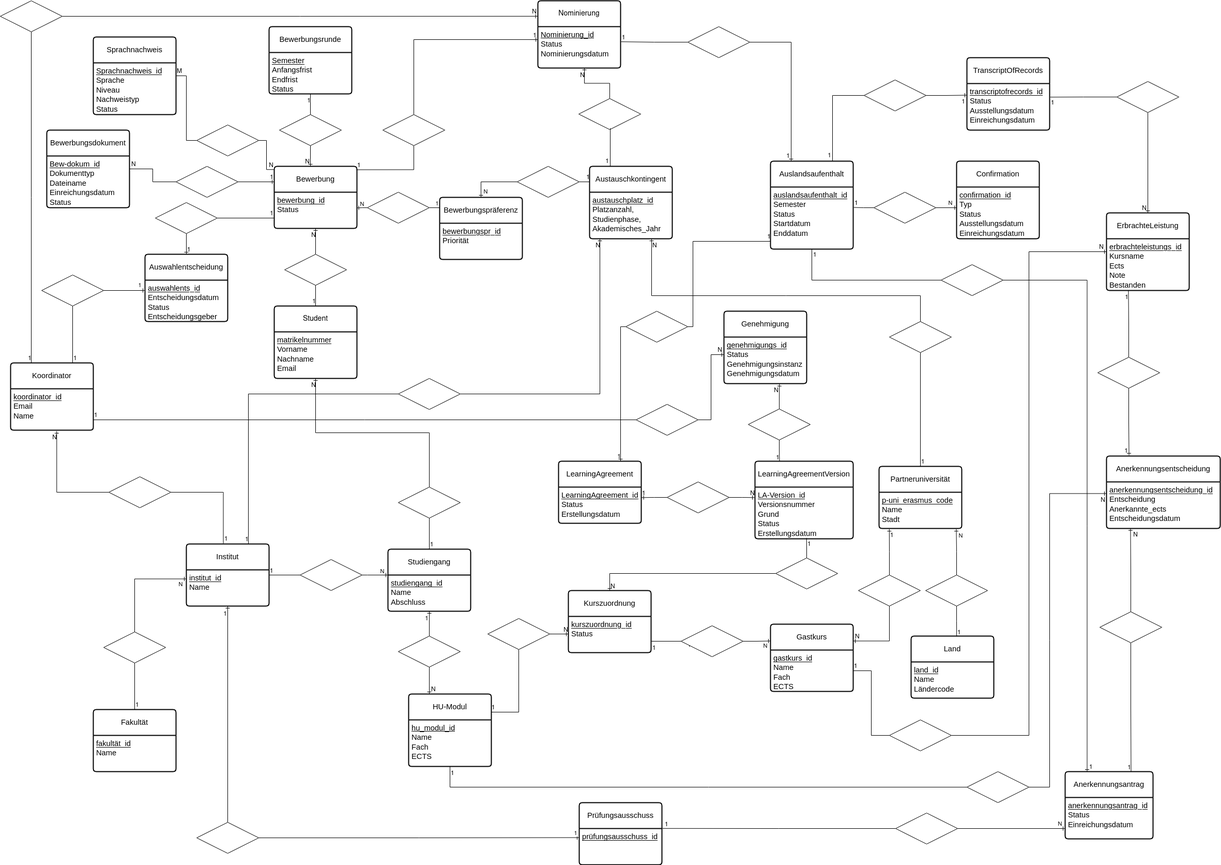
Above: 08_bericht/ER-dia-Erasmus.drawio.png in RayquONLY/dbs-erasmus-projekt (draw.io), before the change. Source tidied: cells renumbered, new cells last; positions are measured from the earlier drawing's top-left corner, leaving out a move shared by most shapes.
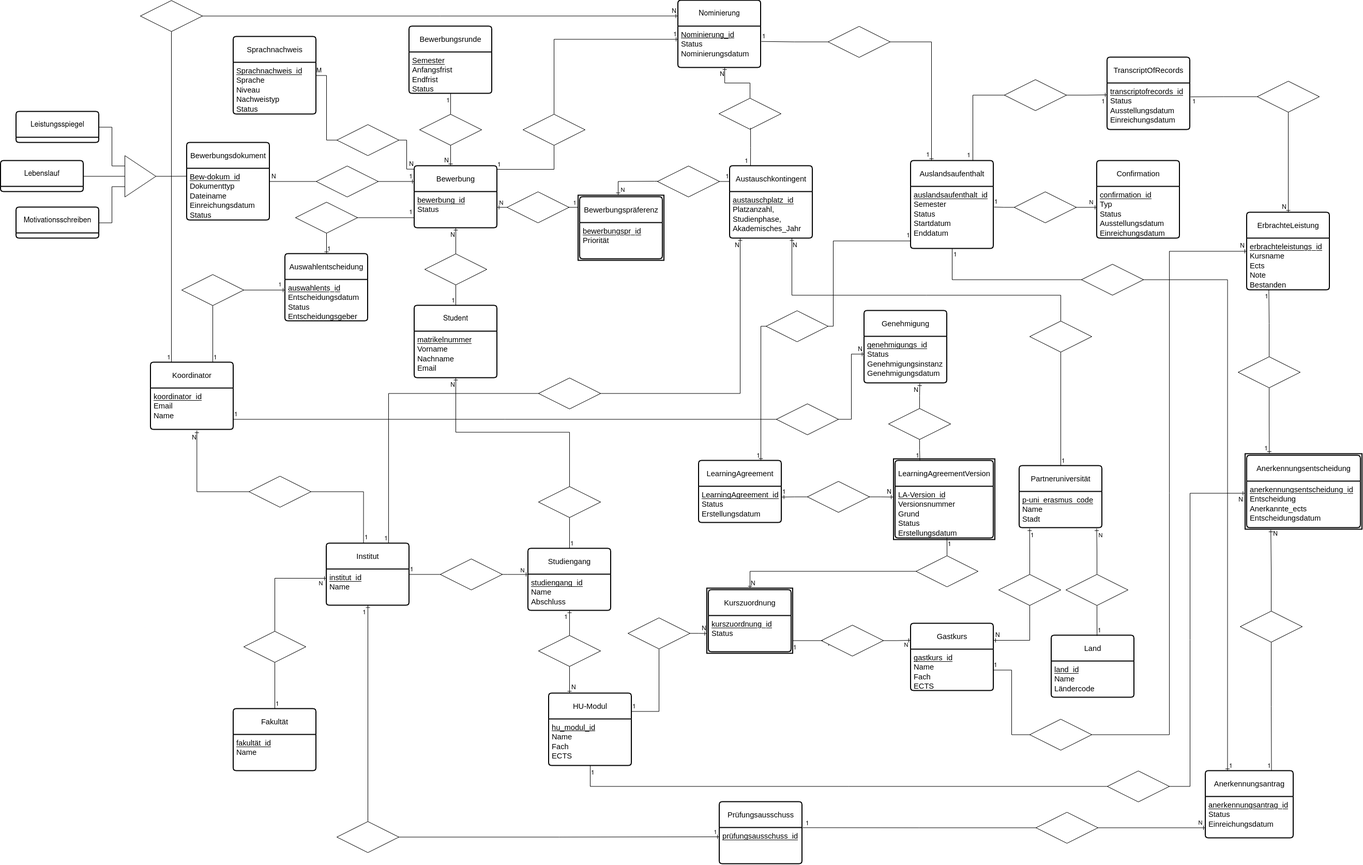
After the commit.

The edit, as a diff of the source:
```diff
@@ -71,3 +71,3 @@
     <mxCell id="24" value="&lt;span style=&quot;font-size:11pt;font-family:Arial,sans-serif;color:#000000;background-color:transparent;font-weight:400;font-style:normal;font-variant:normal;text-decoration:none;vertical-align:baseline;white-space:pre;white-space:pre-wrap;&quot; id=&quot;docs-internal-guid-ed288e3c-7fff-0116-0b13-1cec5f743aa8&quot;&gt;Bewerbungsdokument&lt;/span&gt;" style="swimlane;horizontal=1;startSize=50;rounded=1;fontSize=14;fontStyle=0;strokeWidth=2;shadow=0;dashed=0;align=center;arcSize=4;whiteSpace=wrap;html=1;" parent="1" vertex="1">
-      <mxGeometry x="90" y="250" width="160" height="150" as="geometry" />
+      <mxGeometry x="90" y="275" width="160" height="150" as="geometry" />
     </mxCell>
@@ -124,3 +124,3 @@
     </mxCell>
-    <mxCell id="42" value="&lt;span style=&quot;font-size:11pt;font-family:Arial,sans-serif;color:#000000;background-color:transparent;font-weight:400;font-style:normal;font-variant:normal;text-decoration:none;vertical-align:baseline;white-space:pre;white-space:pre-wrap;&quot; id=&quot;docs-internal-guid-6162f776-7fff-c6f1-c77d-2a23868cf109&quot;&gt;LearningAgreementVersion&lt;/span&gt;" style="swimlane;horizontal=1;startSize=50;rounded=1;fontSize=14;fontStyle=0;strokeWidth=2;shadow=0;dashed=0;align=center;arcSize=4;whiteSpace=wrap;html=1;" parent="1" vertex="1">
+    <mxCell id="42" value="&lt;span style=&quot;font-size:11pt;font-family:Arial,sans-serif;color:#000000;background-color:transparent;font-weight:400;font-style:normal;font-variant:normal;text-decoration:none;vertical-align:baseline;white-space:pre;white-space:pre-wrap;&quot; id=&quot;docs-internal-guid-6162f776-7fff-c6f1-c77d-2a23868cf109&quot;&gt;LearningAgreementVersion&lt;/span&gt;" style="swimlane;horizontal=1;startSize=50;rounded=1;fontSize=14;fontStyle=0;strokeWidth=2;shadow=0;align=center;arcSize=4;whiteSpace=wrap;html=1;gradientColor=none;swimlaneFillColor=none;glass=0;" parent="1" vertex="1">
       <mxGeometry x="1460" y="890" width="190" height="150" as="geometry" />
@@ -207,3 +207,3 @@
     <mxCell id="68" style="shape=rhombus;perimeter=rhombusPerimeter;whiteSpace=wrap;html=1;align=center;" parent="1" vertex="1">
-      <mxGeometry x="710" y="370" width="120" height="60" as="geometry" />
+      <mxGeometry x="709" y="370" width="120" height="60" as="geometry" />
     </mxCell>
@@ -224,4 +224,7 @@
     </mxCell>
-    <mxCell id="74" style="endArrow=none;html=1;rounded=0;entryX=0;entryY=0;entryDx=0;entryDy=0;edgeStyle=orthogonalEdgeStyle;" parent="1" edge="1" source="68" target="31">
-      <mxGeometry relative="1" as="geometry" />
+    <mxCell id="74" style="endArrow=none;html=1;rounded=0;entryX=0;entryY=0;entryDx=0;entryDy=0;edgeStyle=orthogonalEdgeStyle;" parent="1" edge="1">
+      <mxGeometry relative="1" as="geometry">
+        <mxPoint x="827" y="400" as="sourcePoint" />
+        <mxPoint x="847" y="430" as="targetPoint" />
+      </mxGeometry>
     </mxCell>
@@ -341,7 +344,12 @@
     </mxCell>
-    <mxCell id="105" style="endArrow=ERone;html=1;rounded=0;entryX=-0.005;entryY=0.203;entryDx=0;entryDy=0;exitX=1;exitY=0.5;exitDx=0;exitDy=0;endFill=0;entryPerimeter=0;edgeStyle=orthogonalEdgeStyle;" parent="1" edge="1" source="248" target="43">
-      <mxGeometry relative="1" as="geometry" />
+    <mxCell id="105" style="endArrow=ERone;html=1;rounded=0;entryX=-0.005;entryY=0.203;entryDx=0;entryDy=0;exitX=1;exitY=0.5;exitDx=0;exitDy=0;endFill=0;entryPerimeter=0;edgeStyle=orthogonalEdgeStyle;" parent="1" edge="1">
+      <mxGeometry relative="1" as="geometry">
+        <mxPoint x="1407" y="960" as="sourcePoint" />
+        <mxPoint x="1456.1" y="960.3" as="targetPoint" />
+      </mxGeometry>
     </mxCell>
     <mxCell id="106" value="N" style="html=1;whiteSpace=wrap;align=right;verticalAlign=bottom;" parent="105" vertex="1">
-      <mxGeometry x="1" relative="1" as="geometry" />
+      <mxGeometry x="1" relative="1" as="geometry">
+        <mxPoint x="-3" as="offset" />
+      </mxGeometry>
     </mxCell>
@@ -390,6 +398,9 @@
     <mxCell id="119" style="shape=rhombus;perimeter=rhombusPerimeter;whiteSpace=wrap;html=1;align=center;" parent="1" vertex="1">
-      <mxGeometry x="1500" y="1077" width="120" height="60" as="geometry" />
+      <mxGeometry x="1500" y="1074" width="120" height="60" as="geometry" />
     </mxCell>
-    <mxCell id="120" style="endArrow=ERone;html=1;rounded=0;entryX=0.5;entryY=0;entryDx=0;entryDy=0;exitX=0;exitY=0.5;exitDx=0;exitDy=0;endFill=0;edgeStyle=orthogonalEdgeStyle;" parent="1" edge="1" source="119" target="38">
-      <mxGeometry relative="1" as="geometry" />
+    <mxCell id="120" style="endArrow=ERone;html=1;rounded=0;entryX=0.5;entryY=0;entryDx=0;entryDy=0;exitX=0;exitY=0.5;exitDx=0;exitDy=0;endFill=0;edgeStyle=orthogonalEdgeStyle;" parent="1" edge="1">
+      <mxGeometry relative="1" as="geometry">
+        <mxPoint x="1500" y="1104" as="sourcePoint" />
+        <mxPoint x="1179" y="1137" as="targetPoint" />
+      </mxGeometry>
     </mxCell>
@@ -547,3 +558,3 @@
     </mxCell>
-    <mxCell id="165" style="endArrow=ERone;html=1;rounded=0;exitX=0.5;exitY=0;exitDx=0;exitDy=0;endFill=0;edgeStyle=orthogonalEdgeStyle;entryX=0.211;entryY=0.997;entryDx=0;entryDy=0;entryPerimeter=0;" parent="1" edge="1" source="162" target="55">
+    <mxCell id="165" style="endArrow=ERone;html=1;rounded=0;exitX=0.5;exitY=0;exitDx=0;exitDy=0;endFill=0;edgeStyle=orthogonalEdgeStyle;entryX=0.218;entryY=1.004;entryDx=0;entryDy=0;entryPerimeter=0;" parent="1" edge="1" source="162" target="252">
       <mxGeometry relative="1" as="geometry" />
@@ -553,3 +564,3 @@
     </mxCell>
-    <mxCell id="167" style="endArrow=ERone;html=1;rounded=0;entryX=0.198;entryY=-0.009;entryDx=0;entryDy=0;exitX=0.5;exitY=1;exitDx=0;exitDy=0;endFill=0;edgeStyle=orthogonalEdgeStyle;entryPerimeter=0;" parent="1" edge="1" source="166" target="54">
+    <mxCell id="167" style="endArrow=ERone;html=1;rounded=0;entryX=0.205;entryY=-0.005;entryDx=0;entryDy=0;exitX=0.5;exitY=1;exitDx=0;exitDy=0;endFill=0;edgeStyle=orthogonalEdgeStyle;entryPerimeter=0;" parent="1" edge="1" source="166" target="252">
       <mxGeometry relative="1" as="geometry" />
@@ -653,4 +664,11 @@
     </mxCell>
-    <mxCell id="194" style="endArrow=ERone;html=1;rounded=0;exitX=0;exitY=0.5;exitDx=0;exitDy=0;entryX=0.5;entryY=0;entryDx=0;entryDy=0;endFill=0;edgeStyle=orthogonalEdgeStyle;" parent="1" edge="1" source="191" target="30">
-      <mxGeometry relative="1" as="geometry" />
+    <mxCell id="194" style="endArrow=ERone;html=1;rounded=0;entryX=0.5;entryY=0;entryDx=0;entryDy=0;endFill=0;edgeStyle=orthogonalEdgeStyle;exitX=0.056;exitY=0.492;exitDx=0;exitDy=0;exitPerimeter=0;" parent="1" edge="1">
+      <mxGeometry relative="1" as="geometry">
+        <mxPoint x="1000.7" y="349.5" as="sourcePoint" />
+        <mxPoint x="924" y="376" as="targetPoint" />
+        <Array as="points">
+          <mxPoint x="994" y="349.5" />
+          <mxPoint x="924" y="350" />
+        </Array>
+      </mxGeometry>
     </mxCell>
@@ -658,3 +676,3 @@
       <mxGeometry x="0.8" y="-1" relative="1" as="geometry">
-        <mxPoint x="9" y="-2" as="offset" />
+        <mxPoint x="9" as="offset" />
       </mxGeometry>
@@ -719,3 +737,3 @@
     </mxCell>
-    <mxCell id="213" style="endArrow=ERone;html=1;rounded=0;entryX=0;entryY=0.25;entryDx=0;entryDy=0;exitX=1;exitY=0.5;exitDx=0;exitDy=0;endFill=0;edgeStyle=orthogonalEdgeStyle;" parent="1" edge="1" source="210" target="55">
+    <mxCell id="213" style="endArrow=ERone;html=1;rounded=0;entryX=-0.002;entryY=0.514;entryDx=0;entryDy=0;exitX=1;exitY=0.5;exitDx=0;exitDy=0;endFill=0;edgeStyle=orthogonalEdgeStyle;entryPerimeter=0;" parent="1" edge="1" source="210" target="252">
       <mxGeometry relative="1" as="geometry">
@@ -724,2 +742,3 @@
           <mxPoint x="2030" y="953" />
+          <mxPoint x="2136.5" y="953" />
         </Array>
@@ -769,5 +788,6 @@
     </mxCell>
-    <mxCell id="226" style="endArrow=none;html=1;rounded=0;exitX=0;exitY=0.5;exitDx=0;exitDy=0;edgeStyle=orthogonalEdgeStyle;" parent="1" edge="1" source="225">
+    <mxCell id="226" style="endArrow=none;html=1;rounded=0;exitX=0;exitY=0.5;exitDx=0;exitDy=0;edgeStyle=orthogonalEdgeStyle;" parent="1" edge="1">
       <mxGeometry relative="1" as="geometry">
-        <mxPoint x="1259" y="1238" as="targetPoint" />
+        <mxPoint x="1320" y="1238" as="sourcePoint" />
+        <mxPoint x="1262" y="1238" as="targetPoint" />
       </mxGeometry>
@@ -833,5 +853,5 @@
     </mxCell>
-    <mxCell id="244" style="endArrow=ERone;html=1;rounded=0;exitX=1;exitY=0.5;exitDx=0;exitDy=0;endFill=0;edgeStyle=orthogonalEdgeStyle;" parent="1" edge="1" source="241">
+    <mxCell id="244" style="endArrow=ERone;html=1;rounded=0;exitX=1;exitY=0.5;exitDx=0;exitDy=0;endFill=0;edgeStyle=orthogonalEdgeStyle;entryX=-0.002;entryY=0.693;entryDx=0;entryDy=0;entryPerimeter=0;" parent="1" edge="1" target="251">
       <mxGeometry relative="1" as="geometry">
-        <mxPoint x="1099" y="1224" as="targetPoint" />
+        <mxPoint x="1063" y="1224" as="sourcePoint" />
       </mxGeometry>
@@ -855,2 +875,38 @@
     </mxCell>
+    <mxCell id="249" style="rounded=0;whiteSpace=wrap;html=1;strokeWidth=2;fillColor=none;" parent="1" vertex="1">
+      <mxGeometry x="1457" y="887" width="196" height="156" as="geometry" />
+    </mxCell>
+    <mxCell id="250" style="rounded=0;whiteSpace=wrap;html=1;strokeWidth=2;fillColor=none;" parent="1" vertex="1">
+      <mxGeometry x="847" y="377" width="166" height="126" as="geometry" />
+    </mxCell>
+    <mxCell id="251" style="rounded=0;whiteSpace=wrap;html=1;strokeWidth=2;fillColor=none;" parent="1" vertex="1">
+      <mxGeometry x="1096" y="1137" width="166" height="126" as="geometry" />
+    </mxCell>
+    <mxCell id="252" style="rounded=0;whiteSpace=wrap;html=1;strokeWidth=2;fillColor=none;" parent="1" vertex="1">
+      <mxGeometry x="2137" y="877" width="226" height="146" as="geometry" />
+    </mxCell>
+    <mxCell id="253" style="edgeStyle=orthogonalEdgeStyle;rounded=0;jettySize=auto;html=1;exitX=1;exitY=0.5;exitDx=0;exitDy=0;entryX=0;entryY=0.25;entryDx=0;entryDy=0;endArrow=none;endFill=0;" parent="1" edge="1" source="254" target="258">
+      <mxGeometry relative="1" as="geometry" />
+    </mxCell>
+    <mxCell id="254" value="Leistungsspiegel" style="swimlane;horizontal=1;startSize=50;rounded=1;fontSize=14;fontStyle=0;strokeWidth=2;shadow=0;dashed=0;align=center;arcSize=4;whiteSpace=wrap;html=1;" parent="1" vertex="1">
+      <mxGeometry x="-240" y="215" width="160" height="60" as="geometry" />
+    </mxCell>
+    <mxCell id="255" value="Lebenslauf" style="swimlane;horizontal=1;startSize=50;rounded=1;fontSize=14;fontStyle=0;strokeWidth=2;shadow=0;dashed=0;align=center;arcSize=4;whiteSpace=wrap;html=1;" parent="1" vertex="1">
+      <mxGeometry x="-270" y="310" width="160" height="60" as="geometry" />
+    </mxCell>
+    <mxCell id="256" style="edgeStyle=orthogonalEdgeStyle;rounded=0;jettySize=auto;html=1;exitX=1;exitY=0.5;exitDx=0;exitDy=0;entryX=0;entryY=0.75;entryDx=0;entryDy=0;endArrow=none;endFill=0;" parent="1" edge="1" source="257" target="258">
+      <mxGeometry relative="1" as="geometry" />
+    </mxCell>
+    <mxCell id="257" value="Motivationsschreiben" style="swimlane;horizontal=1;startSize=50;rounded=1;fontSize=14;fontStyle=0;strokeWidth=2;shadow=0;dashed=0;align=center;arcSize=4;whiteSpace=wrap;html=1;" parent="1" vertex="1">
+      <mxGeometry x="-240" y="400" width="160" height="60" as="geometry" />
+    </mxCell>
+    <mxCell id="258" style="triangle;whiteSpace=wrap;html=1;shapeInside=1;" parent="1" vertex="1">
+      <mxGeometry x="-30" y="300" width="60" height="80" as="geometry" />
+    </mxCell>
+    <mxCell id="259" style="edgeStyle=orthogonalEdgeStyle;rounded=0;jettySize=auto;html=1;exitX=1;exitY=0.5;exitDx=0;exitDy=0;entryX=0;entryY=0.5;entryDx=0;entryDy=0;endArrow=none;endFill=0;" parent="1" edge="1" source="255" target="258">
+      <mxGeometry relative="1" as="geometry" />
+    </mxCell>
+    <mxCell id="260" style="edgeStyle=orthogonalEdgeStyle;rounded=0;jettySize=auto;html=1;exitX=1;exitY=0.5;exitDx=0;exitDy=0;entryX=0.002;entryY=0.148;entryDx=0;entryDy=0;entryPerimeter=0;endArrow=none;endFill=0;" parent="1" edge="1" source="258" target="25">
+      <mxGeometry relative="1" as="geometry" />
+    </mxCell>
   </root>
```
